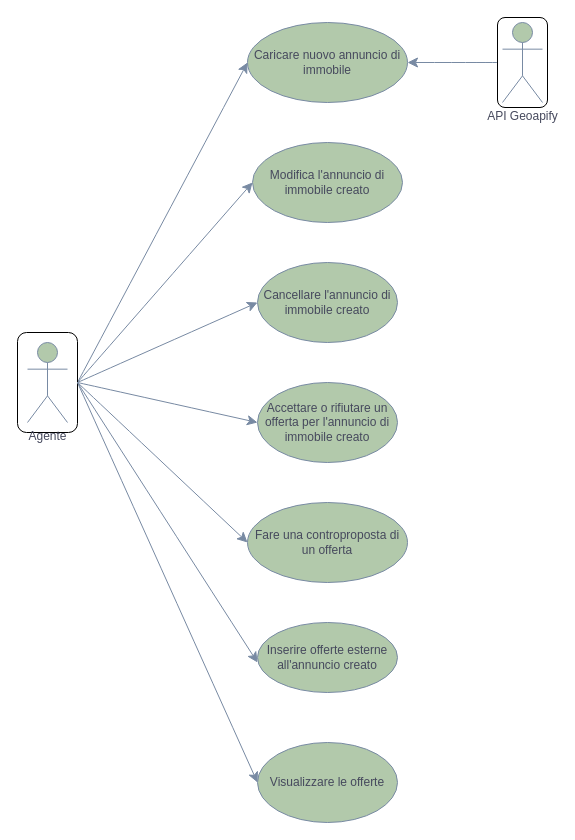
Before: diagrammi/UseCase-Agente.drawio in Sperob98/Documentazione-DietiEstates25, a draw.io diagram. Source tidied: cells renumbered, new cells numbered last; positions are measured from the earlier drawing's top-left corner, leaving out a move shared by most shapes. Both pictures are drawn from the tidied source at 100%, with x=0, y=0 at pixel (17, 17).
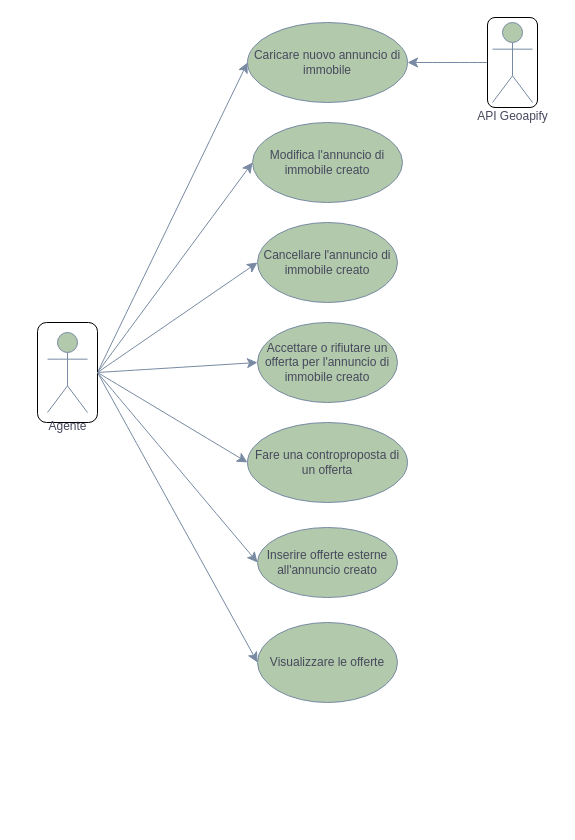
The same page after the edit.

Change to the diagram source:
```diff
@@
     <mxCell id="3" value="Modifica l'annuncio di immobile creato" style="ellipse;whiteSpace=wrap;html=1;labelBackgroundColor=none;fillColor=#B2C9AB;strokeColor=#788AA3;fontColor=#46495D;" parent="1" vertex="1">
-      <mxGeometry x="235" y="125" width="150" height="80" as="geometry" />
+      <mxGeometry x="235" y="105" width="150" height="80" as="geometry" />
     </mxCell>
     <mxCell id="4" value="Cancellare l'annuncio di immobile creato" style="ellipse;whiteSpace=wrap;html=1;labelBackgroundColor=none;fillColor=#B2C9AB;strokeColor=#788AA3;fontColor=#46495D;" parent="1" vertex="1">
-      <mxGeometry x="240" y="245" width="140" height="80" as="geometry" />
+      <mxGeometry x="240" y="205" width="140" height="80" as="geometry" />
     </mxCell>
     <mxCell id="5" value="Accettare o rifiutare un offerta per l'annuncio di immobile creato" style="ellipse;whiteSpace=wrap;html=1;labelBackgroundColor=none;fillColor=#B2C9AB;strokeColor=#788AA3;fontColor=#46495D;" parent="1" vertex="1">
-      <mxGeometry x="240" y="365" width="140" height="80" as="geometry" />
+      <mxGeometry x="240" y="305" width="140" height="80" as="geometry" />
     </mxCell>
     <mxCell id="6" value="Fare una controproposta di un offerta" style="ellipse;whiteSpace=wrap;html=1;labelBackgroundColor=none;fillColor=#B2C9AB;strokeColor=#788AA3;fontColor=#46495D;" parent="1" vertex="1">
-      <mxGeometry x="230" y="485" width="160" height="80" as="geometry" />
+      <mxGeometry x="230" y="405" width="160" height="80" as="geometry" />
     </mxCell>
     <mxCell id="7" value="Inserire offerte esterne all'annuncio creato" style="ellipse;whiteSpace=wrap;html=1;labelBackgroundColor=none;fillColor=#B2C9AB;strokeColor=#788AA3;fontColor=#46495D;" parent="1" vertex="1">
-      <mxGeometry x="240" y="605" width="140" height="70" as="geometry" />
+      <mxGeometry x="240" y="510" width="140" height="70" as="geometry" />
     </mxCell>
     <mxCell id="8" value="Visualizzare le offerte" style="ellipse;whiteSpace=wrap;html=1;labelBackgroundColor=none;fillColor=#B2C9AB;strokeColor=#788AA3;fontColor=#46495D;" parent="1" vertex="1">
-      <mxGeometry x="240" y="725" width="140" height="80" as="geometry" />
+      <mxGeometry x="240" y="605" width="140" height="80" as="geometry" />
     </mxCell>
@@
     <mxCell id="11" style="rounded=1;whiteSpace=wrap;html=1;labelBackgroundColor=none;" parent="1" vertex="1">
-      <mxGeometry y="315" width="60" height="100" as="geometry" />
+      <mxGeometry x="20" y="305" width="60" height="100" as="geometry" />
     </mxCell>
     <mxCell id="12" value="Agente" style="shape=umlActor;verticalLabelPosition=bottom;verticalAlign=top;html=1;labelBackgroundColor=none;fillColor=#B2C9AB;strokeColor=#788AA3;fontColor=#46495D;" parent="1" vertex="1">
-      <mxGeometry x="10" y="325" width="40" height="80" as="geometry" />
+      <mxGeometry x="30" y="315" width="40" height="80" as="geometry" />
     </mxCell>
@@
-    <mxCell id="16" style="edgeStyle=none;curved=1;rounded=0;jettySize=auto;html=1;fontSize=12;startSize=8;endSize=8;exitX=1;exitY=0.5;exitDx=0;exitDy=0;labelBackgroundColor=none;strokeColor=#788AA3;fontColor=default;" parent="1" edge="1" source="11">
-      <mxGeometry relative="1" as="geometry">
-        <mxPoint x="240" y="645" as="targetPoint" />
-      </mxGeometry>
+    <mxCell id="16" style="edgeStyle=none;curved=1;rounded=0;jettySize=auto;html=1;fontSize=12;startSize=8;endSize=8;exitX=1;exitY=0.5;exitDx=0;exitDy=0;labelBackgroundColor=none;strokeColor=#788AA3;fontColor=default;entryX=0;entryY=0.5;entryDx=0;entryDy=0;" parent="1" edge="1" source="11" target="7">
+      <mxGeometry relative="1" as="geometry" />
     </mxCell>
@@
     <mxCell id="19" style="rounded=1;whiteSpace=wrap;html=1;labelBackgroundColor=none;" parent="1" vertex="1">
-      <mxGeometry x="480" width="50" height="90" as="geometry" />
+      <mxGeometry x="470" width="50" height="90" as="geometry" />
     </mxCell>
     <mxCell id="20" value="&lt;div&gt;API Geoapify&lt;/div&gt;&lt;div&gt;&lt;br&gt;&lt;/div&gt;" style="shape=umlActor;verticalLabelPosition=bottom;verticalAlign=top;html=1;labelBackgroundColor=none;fillColor=#B2C9AB;strokeColor=#788AA3;fontColor=#46495D;" parent="1" vertex="1">
-      <mxGeometry x="485" y="5" width="40" height="80" as="geometry" />
+      <mxGeometry x="475" y="5" width="40" height="80" as="geometry" />
     </mxCell>
```
